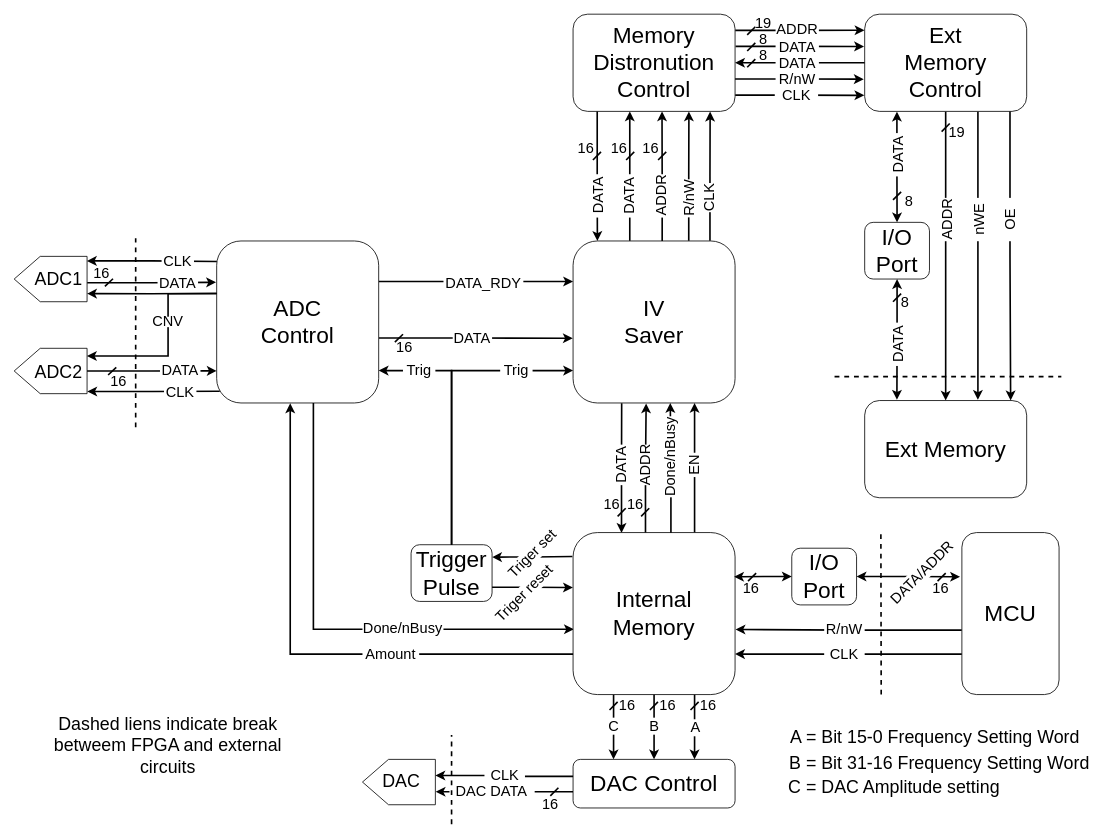
Earlier version of the draw.io diagram Billeder/Sample_Control/Sample_Control_Block.drawio (JOCRIX/BscProject). Source tidied: cells renumbered, new cells numbered last; positions are measured from the earlier drawing's top-left corner, leaving out a move shared by most shapes. Both pictures are drawn from the tidied source at 81%, with x=0, y=0 at pixel (14, 14).
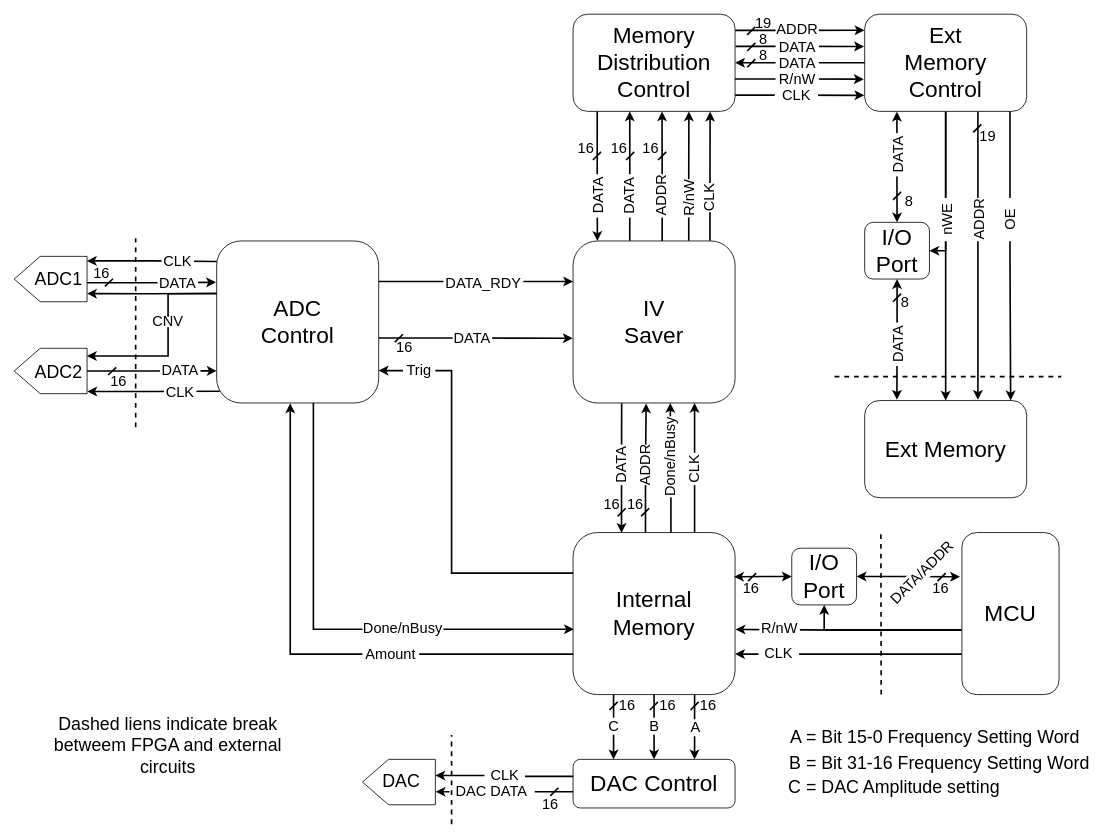
The same diagram, later.

Commit message (it also covers changes not shown here):
minor changes to FPGA block diagram

Unchanged cells that the change refers to:
```xml
<mxCell id="4" value="&lt;font style=&quot;font-size: 28px;&quot;&gt;MCU&lt;/font&gt;" style="rounded=1;whiteSpace=wrap;html=1;" parent="1" vertex="1">
  <mxGeometry x="1170" y="640" width="120" height="200" as="geometry" />
</mxCell>
<mxCell id="13" value="&lt;span style=&quot;font-size: 28px;&quot;&gt;Internal Memory&lt;/span&gt;" style="rounded=1;whiteSpace=wrap;html=1;" parent="1" vertex="1">
  <mxGeometry x="690" y="640" width="200" height="200" as="geometry" />
</mxCell>
<mxCell id="14" value="&lt;font style=&quot;font-size: 28px;&quot;&gt;I/O&lt;br&gt;Port&lt;/font&gt;" style="rounded=1;whiteSpace=wrap;html=1;" parent="1" vertex="1">
  <mxGeometry x="960" y="659.3" width="80" height="70" as="geometry" />
</mxCell>
<mxCell id="20" value="&lt;font style=&quot;font-size: 28px;&quot;&gt;IV&lt;br&gt;Saver&lt;/font&gt;" style="rounded=1;whiteSpace=wrap;html=1;" parent="1" vertex="1">
  <mxGeometry x="690" y="280" width="200" height="200" as="geometry" />
</mxCell>
<mxCell id="117" value="&lt;span style=&quot;font-size: 28px;&quot;&gt;Ext&lt;br&gt;Memory&lt;br&gt;Control&lt;/span&gt;" style="rounded=1;whiteSpace=wrap;html=1;" parent="1" vertex="1">
  <mxGeometry x="1050" width="200" height="120" as="geometry" />
</mxCell>
<mxCell id="133" value="&lt;font style=&quot;font-size: 28px;&quot;&gt;I/O&lt;br&gt;Port&lt;/font&gt;" style="rounded=1;whiteSpace=wrap;html=1;" parent="1" vertex="1">
  <mxGeometry x="1050" y="257" width="80" height="70" as="geometry" />
</mxCell>
```

The edit, as a diff of the source:
```diff
@@
+    <mxCell id="149" style="edgeStyle=orthogonalEdgeStyle;rounded=0;jettySize=auto;html=1;entryX=0.5;entryY=1;entryDx=0;entryDy=0;exitX=-0.002;exitY=0.6;exitDx=0;exitDy=0;exitPerimeter=0;strokeWidth=2;" parent="1" edge="1" source="4" target="14">
+      <mxGeometry relative="1" as="geometry" />
+    </mxCell>
@@
-    <mxCell id="7" style="edgeStyle=orthogonalEdgeStyle;rounded=0;orthogonalLoop=1;jettySize=auto;html=1;exitX=-0.003;exitY=0.148;exitDx=0;exitDy=0;entryX=1.003;entryY=0.219;entryDx=0;entryDy=0;strokeWidth=2;exitPerimeter=0;entryPerimeter=0;" parent="1" edge="1">
-      <mxGeometry relative="1" as="geometry">
-        <mxPoint x="689.1" y="669.6" as="sourcePoint" />
-        <mxPoint x="590" y="670.3" as="targetPoint" />
-      </mxGeometry>
-    </mxCell>
@@
     <mxCell id="22" value="&lt;font style=&quot;font-size: 18px;&quot;&gt;CLK&lt;/font&gt;" style="text;html=1;align=center;verticalAlign=middle;whiteSpace=wrap;rounded=0;fillColor=default;" parent="1" vertex="1">
-      <mxGeometry x="1000" y="780" width="50" height="20" as="geometry" />
+      <mxGeometry x="919" y="779" width="50" height="20" as="geometry" />
     </mxCell>
     <mxCell id="23" value="&lt;font style=&quot;font-size: 18px;&quot;&gt;R/nW&lt;/font&gt;" style="text;html=1;align=center;verticalAlign=middle;whiteSpace=wrap;rounded=0;fillColor=default;" parent="1" vertex="1">
-      <mxGeometry x="1000" y="750" width="50" height="20" as="geometry" />
+      <mxGeometry x="920" y="749" width="50" height="20" as="geometry" />
     </mxCell>
-    <mxCell id="24" value="&lt;font style=&quot;font-size: 18px;&quot;&gt;EN&lt;/font&gt;" style="text;html=1;align=center;verticalAlign=middle;whiteSpace=wrap;rounded=0;fillColor=default;rotation=-90;" parent="1" vertex="1">
-      <mxGeometry x="825" y="550" width="30" height="12.9" as="geometry" />
+    <mxCell id="24" value="&lt;font style=&quot;font-size: 18px;&quot;&gt;CLK&lt;/font&gt;" style="text;html=1;align=center;verticalAlign=middle;whiteSpace=wrap;rounded=0;fillColor=default;rotation=-90;" parent="1" vertex="1">
+      <mxGeometry x="820" y="555" width="40" height="12.9" as="geometry" />
     </mxCell>
@@
-    <mxCell id="37" value="&lt;span style=&quot;font-size: 28px;&quot;&gt;Trigger&lt;br&gt;Pulse&lt;/span&gt;" style="rounded=1;whiteSpace=wrap;html=1;" parent="1" vertex="1">
-      <mxGeometry x="490" y="655" width="100" height="70" as="geometry" />
-    </mxCell>
-    <mxCell id="38" style="edgeStyle=orthogonalEdgeStyle;rounded=0;jettySize=auto;html=1;exitX=0.5;exitY=0;exitDx=0;exitDy=0;entryX=0;entryY=0.8;entryDx=0;entryDy=0;entryPerimeter=0;strokeWidth=2;" parent="1" edge="1" source="37" target="20">
-      <mxGeometry relative="1" as="geometry">
-        <Array as="points">
-          <mxPoint x="540" y="440" />
-        </Array>
-      </mxGeometry>
-    </mxCell>
-    <mxCell id="39" value="&lt;font style=&quot;font-size: 18px;&quot;&gt;Trig&lt;/font&gt;" style="text;html=1;align=center;verticalAlign=middle;whiteSpace=wrap;rounded=0;fillColor=default;rotation=0;" parent="1" vertex="1">
-      <mxGeometry x="600" y="434" width="40" height="12.9" as="geometry" />
-    </mxCell>
-    <mxCell id="40" style="edgeStyle=orthogonalEdgeStyle;rounded=0;jettySize=auto;html=1;exitX=1;exitY=0.75;exitDx=0;exitDy=0;entryX=-0.001;entryY=0.339;entryDx=0;entryDy=0;entryPerimeter=0;strokeWidth=2;" parent="1" edge="1" source="37" target="13">
-      <mxGeometry relative="1" as="geometry" />
-    </mxCell>
-    <mxCell id="41" value="&lt;font style=&quot;font-size: 18px;&quot;&gt;Triger set&lt;/font&gt;" style="text;html=1;align=center;verticalAlign=middle;whiteSpace=wrap;rounded=0;fillColor=default;rotation=-45;" parent="1" vertex="1">
-      <mxGeometry x="601.4" y="656.3" width="77.5" height="20" as="geometry" />
-    </mxCell>
-    <mxCell id="42" value="&lt;font style=&quot;font-size: 18px;&quot;&gt;Triger reset&lt;/font&gt;" style="text;html=1;align=center;verticalAlign=middle;whiteSpace=wrap;rounded=0;fillColor=default;rotation=-45;" parent="1" vertex="1">
-      <mxGeometry x="581.4" y="705" width="97.5" height="20" as="geometry" />
-    </mxCell>
@@
-    <mxCell id="49" style="edgeStyle=orthogonalEdgeStyle;rounded=0;jettySize=auto;html=1;strokeWidth=2;" parent="1" edge="1" source="37">
+    <mxCell id="49" style="edgeStyle=orthogonalEdgeStyle;rounded=0;jettySize=auto;html=1;strokeWidth=2;exitX=0;exitY=0.25;exitDx=0;exitDy=0;" parent="1" edge="1" source="13">
       <mxGeometry relative="1" as="geometry">
         <mxPoint x="450" y="440" as="targetPoint" />
         <Array as="points">
+          <mxPoint x="540" y="690" />
           <mxPoint x="540" y="440" />
         </Array>
       </mxGeometry>
     </mxCell>
@@
-    <mxCell id="76" value="&lt;span style=&quot;font-size: 28px;&quot;&gt;Memory&lt;br&gt;Distronution&lt;br&gt;Control&lt;/span&gt;" style="rounded=1;whiteSpace=wrap;html=1;" parent="1" vertex="1">
+    <mxCell id="76" value="&lt;span style=&quot;font-size: 28px;&quot;&gt;Memory&lt;br&gt;Distribution&lt;br&gt;Control&lt;/span&gt;" style="rounded=1;whiteSpace=wrap;html=1;" parent="1" vertex="1">
       <mxGeometry x="690" width="200" height="120" as="geometry" />
     </mxCell>
@@
+    <mxCell id="150" style="edgeStyle=orthogonalEdgeStyle;rounded=0;jettySize=auto;html=1;entryX=1;entryY=0.5;entryDx=0;entryDy=0;strokeWidth=2;" parent="1" edge="1" source="117" target="133">
+      <mxGeometry relative="1" as="geometry" />
+    </mxCell>
@@
-    <mxCell id="137" value="&lt;font style=&quot;font-size: 18px;&quot;&gt;ADDR&lt;/font&gt;" style="text;html=1;align=center;verticalAlign=middle;whiteSpace=wrap;rounded=0;fillColor=default;rotation=-90;" parent="1" vertex="1">
+    <mxCell id="137" value="&lt;font style=&quot;font-size: 18px;&quot;&gt;nWE&lt;/font&gt;" style="text;html=1;align=center;verticalAlign=middle;whiteSpace=wrap;rounded=0;fillColor=default;rotation=-90;" parent="1" vertex="1">
       <mxGeometry x="1125" y="245" width="53.5" height="17.1" as="geometry" />
     </mxCell>
@@
-    <mxCell id="140" value="&lt;font style=&quot;font-size: 18px;&quot;&gt;nWE&lt;/font&gt;" style="text;html=1;align=center;verticalAlign=middle;whiteSpace=wrap;rounded=0;fillColor=default;rotation=-90;" parent="1" vertex="1">
+    <mxCell id="140" value="&lt;font style=&quot;font-size: 18px;&quot;&gt;ADDR&lt;/font&gt;" style="text;html=1;align=center;verticalAlign=middle;whiteSpace=wrap;rounded=0;fillColor=default;rotation=-90;" parent="1" vertex="1">
       <mxGeometry x="1165" y="245" width="53.5" height="17.1" as="geometry" />
     </mxCell>
@@
     <mxCell id="145" style="endArrow=none;html=1;rounded=0;strokeWidth=2;" parent="1" edge="1">
       <mxGeometry relative="1" as="geometry">
-        <mxPoint x="1145" y="145" as="sourcePoint" />
-        <mxPoint x="1155" y="135" as="targetPoint" />
+        <mxPoint x="1184" y="146" as="sourcePoint" />
+        <mxPoint x="1194" y="136" as="targetPoint" />
       </mxGeometry>
     </mxCell>
     <mxCell id="146" value="&lt;font style=&quot;font-size: 18px;&quot;&gt;19&lt;/font&gt;" style="text;html=1;align=center;verticalAlign=middle;whiteSpace=wrap;rounded=0;fillColor=none;rotation=0;" parent="1" vertex="1">
-      <mxGeometry x="1154" y="140" width="20" height="12.9" as="geometry" />
+      <mxGeometry x="1192" y="145" width="20" height="12.9" as="geometry" />
     </mxCell>
```
